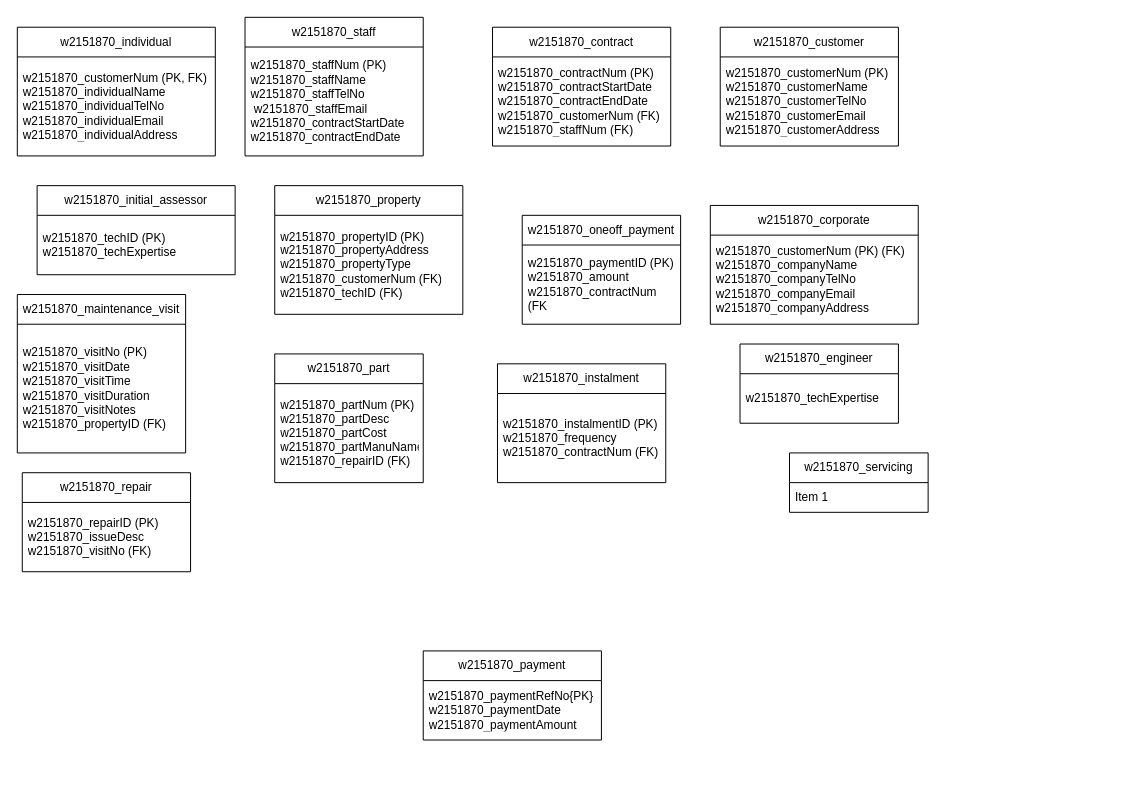
Earlier version of the draw.io diagram question_8.drawio (Yoda200512/skills-introduction-to-github). Source tidied: cells renumbered, new cells numbered last; positions are measured from the earlier drawing's top-left corner, leaving out a move shared by most shapes. Both pictures are drawn from the tidied source at 99%, with x=0, y=0 at pixel (17, 17).
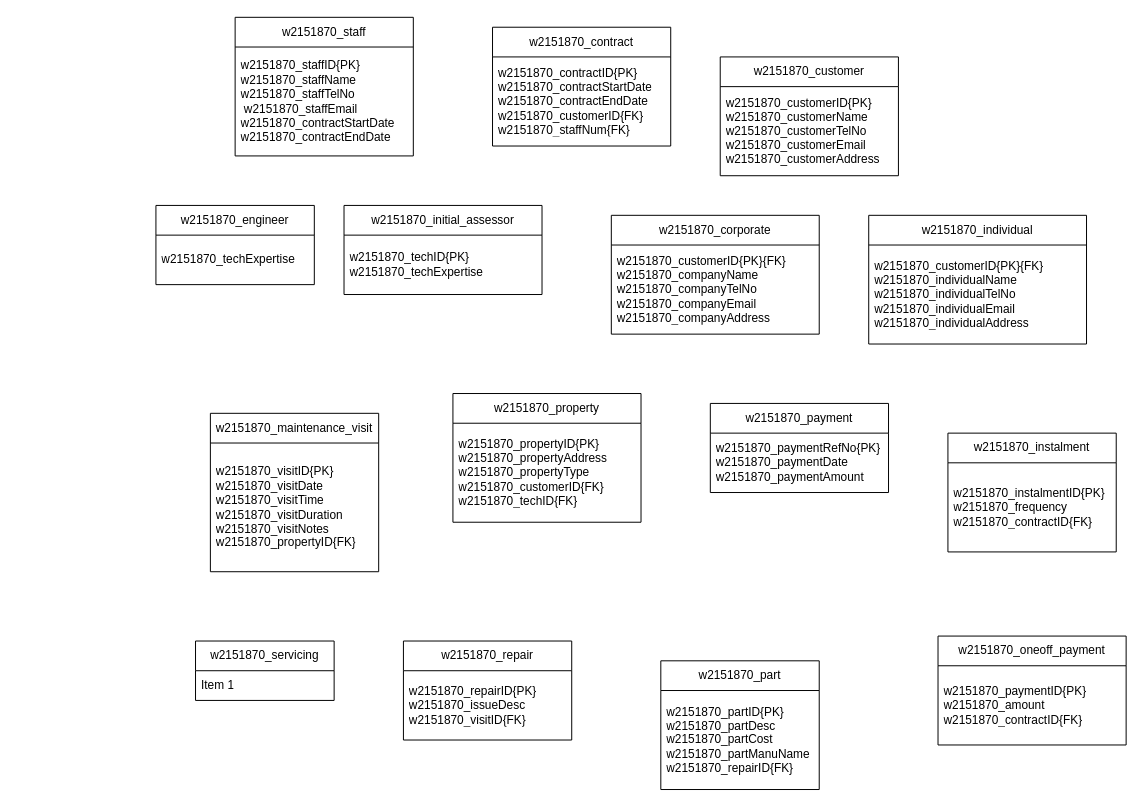
The same page after the edit.

Unchanged cells that the change refers to:
```xml
<mxCell id="4" value="w2151870_contract" style="swimlane;fontStyle=0;horizontal=1;startSize=30;whiteSpace=wrap;html=1;" parent="1" vertex="1">
  <mxGeometry x="480" y="10" width="180" height="120" as="geometry" />
</mxCell>
```

Change to the diagram source:
```diff
@@
     <mxCell id="2" value="w2151870_staff" style="swimlane;fontStyle=0;horizontal=1;startSize=30;whiteSpace=wrap;html=1;" parent="1" vertex="1">
-      <mxGeometry x="230" width="180" height="140" as="geometry" />
+      <mxGeometry x="220" width="180" height="140" as="geometry" />
     </mxCell>
-    <mxCell id="3" value="w2151870_staffNum (PK)&lt;br&gt;w2151870_staffName&lt;br&gt;w2151870_staffTelNo&lt;br&gt;&amp;nbsp;w2151870_staffEmail&lt;br&gt;w2151870_contractStartDate&lt;br&gt;w2151870_contractEndDate" style="text;strokeColor=none;fillColor=none;align=left;verticalAlign=middle;spacingLeft=4;spacingRight=4;overflow=hidden;whiteSpace=wrap;html=1;" parent="2" vertex="1">
+    <mxCell id="3" value="w2151870_staffID{PK}&lt;br&gt;w2151870_staffName&lt;br&gt;w2151870_staffTelNo&lt;br&gt;&amp;nbsp;w2151870_staffEmail&lt;br&gt;w2151870_contractStartDate&lt;br&gt;w2151870_contractEndDate" style="text;strokeColor=none;fillColor=none;align=left;verticalAlign=middle;spacingLeft=4;spacingRight=4;overflow=hidden;whiteSpace=wrap;html=1;" parent="2" vertex="1">
       <mxGeometry y="30" width="180" height="110" as="geometry" />
     </mxCell>
@@
-    <mxCell id="5" value="w2151870_contractNum (PK)&lt;br/&gt;w2151870_contractStartDate&lt;br/&gt;w2151870_contractEndDate&lt;br/&gt;w2151870_customerNum (FK)&lt;br/&gt;w2151870_staffNum (FK)" style="text;strokeColor=none;fillColor=none;align=left;verticalAlign=middle;spacingLeft=4;spacingRight=4;overflow=hidden;whiteSpace=wrap;html=1;" parent="4" vertex="1">
+    <mxCell id="5" value="w2151870_contractID{PK}&lt;br&gt;w2151870_contractStartDate&lt;br&gt;w2151870_contractEndDate&lt;br&gt;w2151870_customerID{FK}&lt;br&gt;w2151870_staffNum{FK}" style="text;strokeColor=none;fillColor=none;align=left;verticalAlign=middle;spacingLeft=4;spacingRight=4;overflow=hidden;whiteSpace=wrap;html=1;" parent="4" vertex="1">
       <mxGeometry y="30" width="180" height="90" as="geometry" />
     </mxCell>
     <mxCell id="6" value="w2151870_customer" style="swimlane;fontStyle=0;horizontal=1;startSize=30;whiteSpace=wrap;html=1;" parent="1" vertex="1">
-      <mxGeometry x="710" y="10" width="180" height="120" as="geometry" />
+      <mxGeometry x="710" y="40" width="180" height="120" as="geometry" />
     </mxCell>
-    <mxCell id="7" value="w2151870_customerNum (PK)&lt;br/&gt;w2151870_customerName&lt;br/&gt;w2151870_customerTelNo&lt;br/&gt;w2151870_customerEmail&lt;br/&gt;w2151870_customerAddress" style="text;strokeColor=none;fillColor=none;align=left;verticalAlign=middle;spacingLeft=4;spacingRight=4;overflow=hidden;whiteSpace=wrap;html=1;" parent="6" vertex="1">
+    <mxCell id="7" value="w2151870_customerID{PK}&lt;br&gt;w2151870_customerName&lt;br&gt;w2151870_customerTelNo&lt;br&gt;w2151870_customerEmail&lt;br&gt;w2151870_customerAddress" style="text;strokeColor=none;fillColor=none;align=left;verticalAlign=middle;spacingLeft=4;spacingRight=4;overflow=hidden;whiteSpace=wrap;html=1;" parent="6" vertex="1">
       <mxGeometry y="30" width="180" height="90" as="geometry" />
     </mxCell>
     <mxCell id="8" value="w2151870_corporate" style="swimlane;fontStyle=0;horizontal=1;startSize=30;whiteSpace=wrap;html=1;" parent="1" vertex="1">
-      <mxGeometry x="700" y="190" width="210" height="120" as="geometry" />
+      <mxGeometry x="600" y="200" width="210" height="120" as="geometry" />
     </mxCell>
-    <mxCell id="9" value="w2151870_customerNum (PK) (FK)&lt;br&gt;w2151870_companyName&lt;br&gt;w2151870_companyTelNo&lt;br&gt;w2151870_companyEmail&lt;br&gt;w2151870_companyAddress" style="text;strokeColor=none;fillColor=none;align=left;verticalAlign=middle;spacingLeft=4;spacingRight=4;overflow=hidden;whiteSpace=wrap;html=1;" parent="8" vertex="1">
+    <mxCell id="9" value="w2151870_customerID{PK}{FK}&lt;br&gt;w2151870_companyName&lt;br&gt;w2151870_companyTelNo&lt;br&gt;w2151870_companyEmail&lt;br&gt;w2151870_companyAddress" style="text;strokeColor=none;fillColor=none;align=left;verticalAlign=middle;spacingLeft=4;spacingRight=4;overflow=hidden;whiteSpace=wrap;html=1;" parent="8" vertex="1">
       <mxGeometry y="30" width="210" height="90" as="geometry" />
     </mxCell>
     <mxCell id="10" value="w2151870_property" style="swimlane;fontStyle=0;horizontal=1;startSize=30;whiteSpace=wrap;html=1;" parent="1" vertex="1">
-      <mxGeometry x="260" y="170" width="190" height="130" as="geometry" />
+      <mxGeometry x="440" y="380" width="190" height="130" as="geometry" />
     </mxCell>
-    <mxCell id="11" value="w2151870_propertyID (PK)&lt;br/&gt;w2151870_propertyAddress&lt;br/&gt;w2151870_propertyType&lt;br/&gt;w2151870_customerNum (FK)&lt;br/&gt;w2151870_techID (FK)" style="text;strokeColor=none;fillColor=none;align=left;verticalAlign=middle;spacingLeft=4;spacingRight=4;overflow=hidden;whiteSpace=wrap;html=1;" parent="10" vertex="1">
+    <mxCell id="11" value="w2151870_propertyID{PK}&lt;br&gt;w2151870_propertyAddress&lt;br&gt;w2151870_propertyType&lt;br&gt;w2151870_customerID{FK}&lt;br&gt;w2151870_techID{FK}" style="text;strokeColor=none;fillColor=none;align=left;verticalAlign=middle;spacingLeft=4;spacingRight=4;overflow=hidden;whiteSpace=wrap;html=1;" parent="10" vertex="1">
       <mxGeometry y="30" width="190" height="100" as="geometry" />
     </mxCell>
     <mxCell id="12" value="w2151870_initial_assessor" style="swimlane;fontStyle=0;horizontal=1;startSize=30;whiteSpace=wrap;html=1;" parent="1" vertex="1">
-      <mxGeometry x="20" y="170" width="200" height="90" as="geometry" />
+      <mxGeometry x="330" y="190" width="200" height="90" as="geometry" />
     </mxCell>
-    <mxCell id="13" value="w2151870_techID (PK)&lt;br/&gt;w2151870_techExpertise" style="text;strokeColor=none;fillColor=none;align=left;verticalAlign=middle;spacingLeft=4;spacingRight=4;overflow=hidden;whiteSpace=wrap;html=1;" parent="12" vertex="1">
+    <mxCell id="13" value="w2151870_techID{PK}&lt;br&gt;w2151870_techExpertise" style="text;strokeColor=none;fillColor=none;align=left;verticalAlign=middle;spacingLeft=4;spacingRight=4;overflow=hidden;whiteSpace=wrap;html=1;" parent="12" vertex="1">
       <mxGeometry y="30" width="200" height="60" as="geometry" />
     </mxCell>
-    <mxCell id="14" value="w2151870_individual" style="swimlane;fontStyle=0;horizontal=1;startSize=30;whiteSpace=wrap;html=1;" parent="1" vertex="1">
-      <mxGeometry y="10" width="200" height="130" as="geometry" />
-    </mxCell>
-    <mxCell id="15" value="w2151870_customerNum (PK, FK)&lt;br/&gt;w2151870_individualName&lt;br/&gt;w2151870_individualTelNo&lt;br/&gt;w2151870_individualEmail&lt;br/&gt;w2151870_individualAddress" style="text;strokeColor=none;fillColor=none;align=left;verticalAlign=middle;spacingLeft=4;spacingRight=4;overflow=hidden;whiteSpace=wrap;html=1;" parent="14" vertex="1">
-      <mxGeometry y="30" width="200" height="100" as="geometry" />
-    </mxCell>
     <mxCell id="16" value="w2151870_maintenance_visit" style="swimlane;fontStyle=0;horizontal=1;startSize=30;whiteSpace=wrap;html=1;" parent="1" vertex="1">
-      <mxGeometry y="280" width="170" height="160" as="geometry" />
+      <mxGeometry x="195" y="400" width="170" height="160" as="geometry" />
     </mxCell>
-    <mxCell id="17" value="w2151870_visitNo (PK)&lt;br/&gt;w2151870_visitDate&lt;br/&gt;w2151870_visitTime&lt;br/&gt;w2151870_visitDuration&lt;br/&gt;w2151870_visitNotes&lt;br/&gt;w2151870_propertyID (FK)" style="text;strokeColor=none;fillColor=none;align=left;verticalAlign=middle;spacingLeft=4;spacingRight=4;overflow=hidden;whiteSpace=wrap;html=1;" parent="16" vertex="1">
+    <mxCell id="17" value="w2151870_visitID{PK}&lt;br&gt;w2151870_visitDate&lt;br&gt;w2151870_visitTime&lt;br&gt;w2151870_visitDuration&lt;br&gt;w2151870_visitNotes&lt;br&gt;w2151870_propertyID{FK}" style="text;strokeColor=none;fillColor=none;align=left;verticalAlign=middle;spacingLeft=4;spacingRight=4;overflow=hidden;whiteSpace=wrap;html=1;" parent="16" vertex="1">
       <mxGeometry y="30" width="170" height="130" as="geometry" />
     </mxCell>
-    <mxCell id="18" value="w2151870_part" style="swimlane;fontStyle=0;horizontal=1;startSize=30;whiteSpace=wrap;html=1;" parent="1" vertex="1">
-      <mxGeometry x="260" y="340" width="150" height="130" as="geometry" />
-    </mxCell>
-    <mxCell id="19" value="w2151870_partNum (PK)&lt;br/&gt;w2151870_partDesc&lt;br/&gt;w2151870_partCost&lt;br/&gt;w2151870_partManuName&lt;br/&gt;w2151870_repairID (FK)" style="text;strokeColor=none;fillColor=none;align=left;verticalAlign=middle;spacingLeft=4;spacingRight=4;overflow=hidden;whiteSpace=wrap;html=1;" parent="18" vertex="1">
-      <mxGeometry y="30" width="150" height="100" as="geometry" />
-    </mxCell>
     <mxCell id="20" value="w2151870_repair" style="swimlane;fontStyle=0;horizontal=1;startSize=30;whiteSpace=wrap;html=1;" parent="1" vertex="1">
-      <mxGeometry x="5" y="460" width="170" height="100" as="geometry" />
+      <mxGeometry x="390" y="630" width="170" height="100" as="geometry" />
     </mxCell>
-    <mxCell id="21" value="w2151870_repairID (PK)&lt;br/&gt;w2151870_issueDesc&lt;br/&gt;w2151870_visitNo (FK)" style="text;strokeColor=none;fillColor=none;align=left;verticalAlign=middle;spacingLeft=4;spacingRight=4;overflow=hidden;whiteSpace=wrap;html=1;" parent="20" vertex="1">
+    <mxCell id="21" value="w2151870_repairID{PK}&lt;br&gt;w2151870_issueDesc&lt;br&gt;w2151870_visitID{FK}" style="text;strokeColor=none;fillColor=none;align=left;verticalAlign=middle;spacingLeft=4;spacingRight=4;overflow=hidden;whiteSpace=wrap;html=1;" parent="20" vertex="1">
       <mxGeometry y="30" width="170" height="70" as="geometry" />
     </mxCell>
     <mxCell id="22" value="&lt;span style=&quot;text-align: left;&quot;&gt;w2151870_oneoff_payment&lt;/span&gt;" style="swimlane;fontStyle=0;horizontal=1;startSize=30;whiteSpace=wrap;html=1;" parent="1" vertex="1">
-      <mxGeometry x="510" y="200" width="160" height="110" as="geometry" />
+      <mxGeometry x="930" y="625" width="190" height="110" as="geometry" />
     </mxCell>
-    <mxCell id="23" value="w2151870_paymentID (PK)&lt;br&gt;w2151870_amount&lt;br&gt;w2151870_contractNum (FK" style="text;strokeColor=none;fillColor=none;align=left;verticalAlign=middle;spacingLeft=4;spacingRight=4;overflow=hidden;whiteSpace=wrap;html=1;" parent="22" vertex="1">
-      <mxGeometry y="30" width="160" height="80" as="geometry" />
+    <mxCell id="23" value="w2151870_paymentID{PK}&lt;br&gt;w2151870_amount&lt;br&gt;w2151870_contractID{FK}" style="text;strokeColor=none;fillColor=none;align=left;verticalAlign=middle;spacingLeft=4;spacingRight=4;overflow=hidden;whiteSpace=wrap;html=1;" parent="22" vertex="1">
+      <mxGeometry y="30" width="190" height="80" as="geometry" />
     </mxCell>
     <mxCell id="24" value="w2151870_instalment" style="swimlane;fontStyle=0;horizontal=1;startSize=30;whiteSpace=wrap;html=1;" parent="1" vertex="1">
-      <mxGeometry x="485" y="350" width="170" height="120" as="geometry" />
+      <mxGeometry x="940" y="420" width="170" height="120" as="geometry" />
     </mxCell>
-    <mxCell id="25" value="w2151870_instalmentID (PK)&lt;br/&gt;w2151870_frequency&lt;br/&gt;w2151870_contractNum (FK)" style="text;strokeColor=none;fillColor=none;align=left;verticalAlign=middle;spacingLeft=4;spacingRight=4;overflow=hidden;whiteSpace=wrap;html=1;" parent="24" vertex="1">
+    <mxCell id="25" value="w2151870_instalmentID{PK}&lt;br&gt;w2151870_frequency&lt;br&gt;w2151870_contractID{FK}" style="text;strokeColor=none;fillColor=none;align=left;verticalAlign=middle;spacingLeft=4;spacingRight=4;overflow=hidden;whiteSpace=wrap;html=1;" parent="24" vertex="1">
       <mxGeometry y="30" width="170" height="90" as="geometry" />
     </mxCell>
     <mxCell id="26" value="w2151870_engineer" style="swimlane;fontStyle=0;horizontal=1;startSize=30;whiteSpace=wrap;html=1;" parent="1" vertex="1">
-      <mxGeometry x="730" y="330" width="160" height="80" as="geometry" />
+      <mxGeometry x="140" y="190" width="160" height="80" as="geometry" />
     </mxCell>
@@
     <mxCell id="28" value="w2151870_servicing" style="swimlane;fontStyle=0;horizontal=1;startSize=30;whiteSpace=wrap;html=1;" parent="1" vertex="1">
-      <mxGeometry x="780" y="440" width="140" height="60" as="geometry" />
+      <mxGeometry x="180" y="630" width="140" height="60" as="geometry" />
     </mxCell>
@@
     <mxCell id="30" value="w2151870_payment" style="swimlane;fontStyle=0;horizontal=1;startSize=30;whiteSpace=wrap;html=1;" parent="1" vertex="1">
-      <mxGeometry x="410" y="640" width="180" height="90" as="geometry" />
+      <mxGeometry x="700" y="390" width="180" height="90" as="geometry" />
     </mxCell>
@@
+    <mxCell id="14" value="w2151870_individual" style="swimlane;fontStyle=0;horizontal=1;startSize=30;whiteSpace=wrap;html=1;" parent="1" vertex="1">
+      <mxGeometry x="860" y="200" width="220" height="130" as="geometry" />
+    </mxCell>
+    <mxCell id="15" value="w2151870_customerID{PK}{FK}&lt;br&gt;w2151870_individualName&lt;br&gt;w2151870_individualTelNo&lt;br&gt;w2151870_individualEmail&lt;br&gt;w2151870_individualAddress" style="text;strokeColor=none;fillColor=none;align=left;verticalAlign=middle;spacingLeft=4;spacingRight=4;overflow=hidden;whiteSpace=wrap;html=1;" parent="14" vertex="1">
+      <mxGeometry y="30" width="220" height="100" as="geometry" />
+    </mxCell>
+    <mxCell id="18" value="w2151870_part" style="swimlane;fontStyle=0;horizontal=1;startSize=30;whiteSpace=wrap;html=1;" parent="1" vertex="1">
+      <mxGeometry x="650" y="650" width="160" height="130" as="geometry" />
+    </mxCell>
+    <mxCell id="19" value="w2151870_partID{PK}&lt;br&gt;w2151870_partDesc&lt;br&gt;w2151870_partCost&lt;br&gt;w2151870_partManuName&lt;br&gt;w2151870_repairID{FK}" style="text;strokeColor=none;fillColor=none;align=left;verticalAlign=middle;spacingLeft=4;spacingRight=4;overflow=hidden;whiteSpace=wrap;html=1;" parent="18" vertex="1">
+      <mxGeometry y="30" width="160" height="100" as="geometry" />
+    </mxCell>
```
